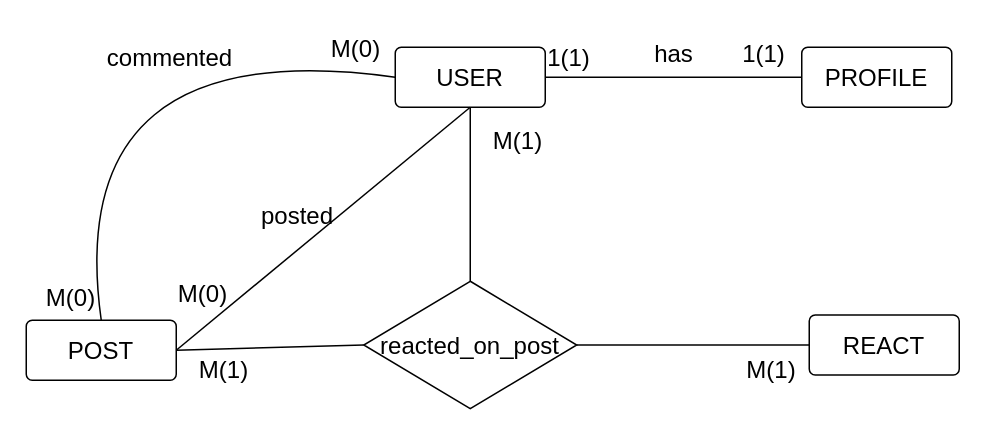
This is page "E/R Diagram" (1 of 2) of Final Project/Diagrama aspnet .drawio from Matoka26/ASP.NET, a draw.io file, before an edit. Source tidied: cells renumbered, new cells numbered last; positions are measured from the earlier drawing's top-left corner, leaving out a move shared by most shapes. Both pictures are drawn from the tidied source at 150%, with x=0, y=0 at pixel (26, 26).
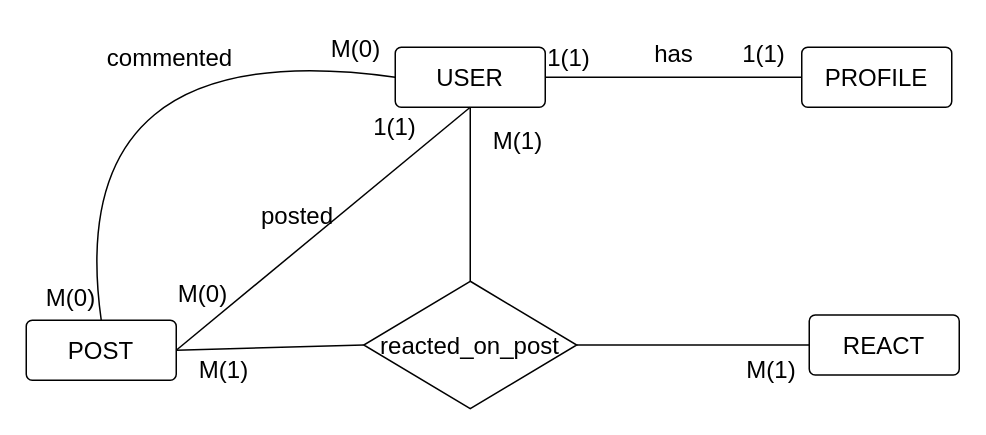
Above is the later version.

Commit message:
forgot a cardinality

Diff of the diagram source:
```diff
@@
+    <mxCell id="24" value="1(1)" style="text;html=1;strokeColor=none;fillColor=none;align=center;verticalAlign=middle;whiteSpace=wrap;rounded=0;fontSize=16;" parent="1" vertex="1">
+      <mxGeometry x="216" y="52" width="60" height="30" as="geometry" />
+    </mxCell>
```
